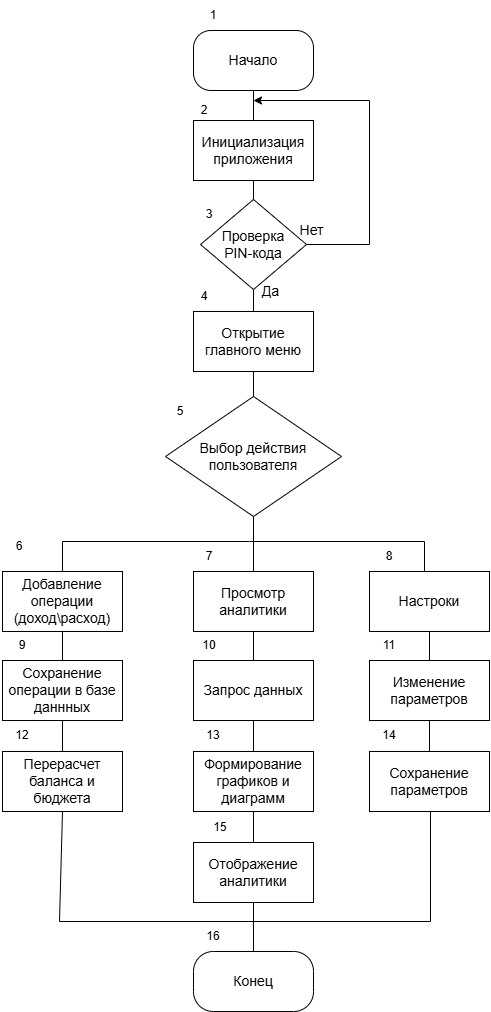
The draw.io diagram диаграммы/основное алгортим1.png in nastyatomchuk/diplom, before a commit. Source tidied: cells renumbered, new cells last; positions are measured from the earlier drawing's top-left corner, leaving out a move shared by most shapes.
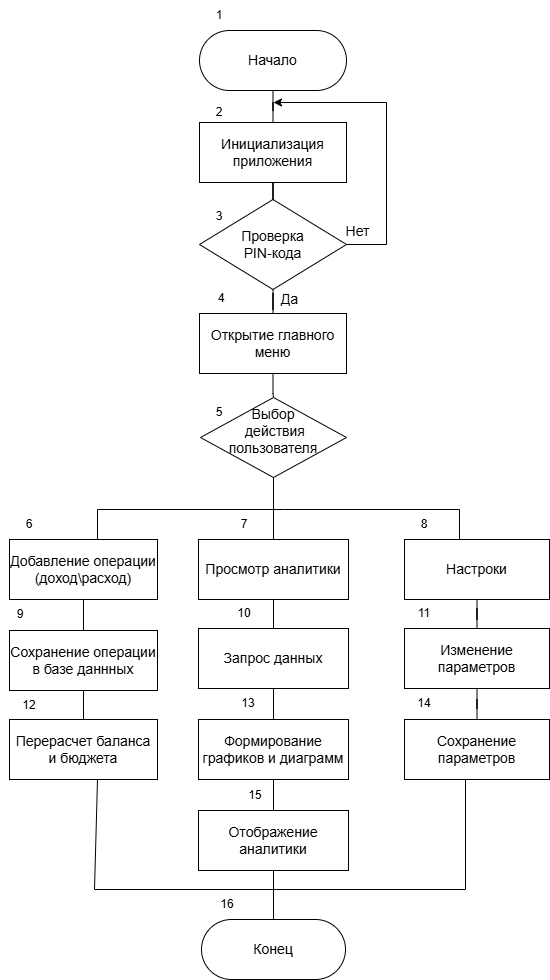
The same file after the commit.

The edit, as a diff of the source:
```diff
@@ -5,192 +5,197 @@
     <mxCell id="2" style="edgeStyle=orthogonalEdgeStyle;rounded=0;jettySize=auto;html=1;endArrow=none;endFill=0;fontSize=14;" parent="1" edge="1" source="3" target="6">
       <mxGeometry relative="1" as="geometry" />
     </mxCell>
-    <mxCell id="3" value="Начало" style="rounded=1;whiteSpace=wrap;html=1;fontSize=14;arcSize=29;" parent="1" vertex="1">
-      <mxGeometry x="194" y="30" width="120" height="60" as="geometry" />
+    <mxCell id="3" value="Начало" style="rounded=1;whiteSpace=wrap;html=1;fontSize=14;arcSize=50;" parent="1" vertex="1">
+      <mxGeometry x="165" y="58" width="147" height="60" as="geometry" />
     </mxCell>
-    <mxCell id="4" value="Конец" style="rounded=1;whiteSpace=wrap;html=1;fontSize=14;arcSize=33;" parent="1" vertex="1">
-      <mxGeometry x="194" y="951" width="120" height="60" as="geometry" />
+    <mxCell id="4" value="Конец" style="rounded=1;whiteSpace=wrap;html=1;fontSize=14;arcSize=50;" parent="1" vertex="1">
+      <mxGeometry x="167" y="947" width="144" height="60" as="geometry" />
     </mxCell>
     <mxCell id="5" style="edgeStyle=orthogonalEdgeStyle;rounded=0;jettySize=auto;html=1;endArrow=none;endFill=0;fontSize=14;" parent="1" edge="1" source="6" target="27">
       <mxGeometry relative="1" as="geometry" />
     </mxCell>
     <mxCell id="6" value="Инициализация приложения" style="rounded=0;whiteSpace=wrap;html=1;fontSize=14;" parent="1" vertex="1">
-      <mxGeometry x="194" y="120" width="120" height="60" as="geometry" />
+      <mxGeometry x="165" y="150" width="147" height="60" as="geometry" />
     </mxCell>
     <mxCell id="7" style="edgeStyle=orthogonalEdgeStyle;rounded=0;jettySize=auto;html=1;endArrow=none;endFill=0;fontSize=14;" parent="1" edge="1" source="8" target="29">
       <mxGeometry relative="1" as="geometry" />
     </mxCell>
     <mxCell id="8" value="Открытие главного меню" style="rounded=0;whiteSpace=wrap;html=1;fontSize=14;" parent="1" vertex="1">
-      <mxGeometry x="194" y="311" width="120" height="60" as="geometry" />
+      <mxGeometry x="165" y="341" width="147" height="60" as="geometry" />
     </mxCell>
     <mxCell id="9" style="edgeStyle=orthogonalEdgeStyle;rounded=0;jettySize=auto;html=1;endArrow=none;endFill=0;fontSize=14;" parent="1" edge="1" source="10" target="19">
       <mxGeometry relative="1" as="geometry" />
     </mxCell>
     <mxCell id="10" value="Просмотр аналитики" style="rounded=0;whiteSpace=wrap;html=1;fontSize=14;" parent="1" vertex="1">
-      <mxGeometry x="194" y="571" width="120" height="60" as="geometry" />
+      <mxGeometry x="164" y="567" width="150" height="60" as="geometry" />
     </mxCell>
     <mxCell id="11" style="edgeStyle=orthogonalEdgeStyle;rounded=0;jettySize=auto;html=1;endArrow=none;endFill=0;fontSize=14;" parent="1" edge="1" source="12" target="37">
       <mxGeometry relative="1" as="geometry" />
     </mxCell>
     <mxCell id="12" value="Настроки" style="rounded=0;whiteSpace=wrap;html=1;fontSize=14;" parent="1" vertex="1">
-      <mxGeometry x="370" y="571" width="120" height="60" as="geometry" />
+      <mxGeometry x="370" y="567" width="145" height="60" as="geometry" />
     </mxCell>
     <mxCell id="13" style="edgeStyle=orthogonalEdgeStyle;rounded=0;jettySize=auto;html=1;endArrow=none;endFill=0;fontSize=14;" parent="1" edge="1" source="14" target="16">
       <mxGeometry relative="1" as="geometry" />
     </mxCell>
     <mxCell id="14" value="Добавление операции&lt;div&gt;(доход\расход)&lt;/div&gt;" style="rounded=0;whiteSpace=wrap;html=1;fontSize=14;" parent="1" vertex="1">
-      <mxGeometry x="3" y="571" width="120" height="60" as="geometry" />
+      <mxGeometry x="-25" y="567" width="148" height="60" as="geometry" />
     </mxCell>
     <mxCell id="15" style="edgeStyle=orthogonalEdgeStyle;rounded=0;jettySize=auto;html=1;endArrow=none;endFill=0;fontSize=14;" parent="1" edge="1" source="16" target="17">
       <mxGeometry relative="1" as="geometry" />
     </mxCell>
     <mxCell id="16" value="Сохранение операции в базе даннных" style="rounded=0;whiteSpace=wrap;html=1;fontSize=14;" parent="1" vertex="1">
-      <mxGeometry x="3" y="660" width="120" height="60" as="geometry" />
+      <mxGeometry x="-25" y="658" width="148" height="60" as="geometry" />
     </mxCell>
     <mxCell id="17" value="Перерасчет баланса и бюджета" style="rounded=0;whiteSpace=wrap;html=1;fontSize=14;" parent="1" vertex="1">
-      <mxGeometry x="3" y="751" width="120" height="60" as="geometry" />
+      <mxGeometry x="-25" y="747" width="148" height="60" as="geometry" />
     </mxCell>
     <mxCell id="18" style="edgeStyle=orthogonalEdgeStyle;rounded=0;jettySize=auto;html=1;endArrow=none;endFill=0;fontSize=14;" parent="1" edge="1" source="19" target="21">
       <mxGeometry relative="1" as="geometry" />
     </mxCell>
     <mxCell id="19" value="Запрос данных" style="rounded=0;whiteSpace=wrap;html=1;fontSize=14;" parent="1" vertex="1">
-      <mxGeometry x="194" y="660" width="120" height="60" as="geometry" />
+      <mxGeometry x="164" y="656" width="150" height="60" as="geometry" />
     </mxCell>
     <mxCell id="20" style="edgeStyle=orthogonalEdgeStyle;rounded=0;jettySize=auto;html=1;endArrow=none;endFill=0;fontSize=14;" parent="1" edge="1" source="21" target="24">
       <mxGeometry relative="1" as="geometry" />
     </mxCell>
     <mxCell id="21" value="Формирование графиков и диаграмм" style="rounded=0;whiteSpace=wrap;html=1;fontSize=14;" parent="1" vertex="1">
-      <mxGeometry x="194" y="751" width="120" height="60" as="geometry" />
+      <mxGeometry x="164" y="747" width="150" height="60" as="geometry" />
     </mxCell>
     <mxCell id="22" value="Сохранение параметров" style="rounded=0;whiteSpace=wrap;html=1;fontSize=14;" parent="1" vertex="1">
-      <mxGeometry x="370" y="751" width="120" height="60" as="geometry" />
+      <mxGeometry x="370" y="747" width="145" height="60" as="geometry" />
     </mxCell>
     <mxCell id="23" style="edgeStyle=orthogonalEdgeStyle;rounded=0;jettySize=auto;html=1;endArrow=none;endFill=0;fontSize=14;" parent="1" edge="1" source="24" target="4">
       <mxGeometry relative="1" as="geometry" />
     </mxCell>
     <mxCell id="24" value="Отображение аналитики" style="rounded=0;whiteSpace=wrap;html=1;fontSize=14;" parent="1" vertex="1">
-      <mxGeometry x="194" y="842" width="120" height="60" as="geometry" />
+      <mxGeometry x="164" y="838" width="150" height="60" as="geometry" />
     </mxCell>
     <mxCell id="25" style="edgeStyle=orthogonalEdgeStyle;rounded=0;jettySize=auto;html=1;endArrow=none;endFill=0;fontSize=14;" parent="1" edge="1" source="27" target="8">
       <mxGeometry relative="1" as="geometry" />
     </mxCell>
     <mxCell id="26" value="Да" style="edgeLabel;html=1;align=center;verticalAlign=middle;fontSize=14;" parent="25" vertex="1">
       <mxGeometry x="0.53" y="1" relative="1" as="geometry">
-        <mxPoint x="15" y="-8" as="offset" />
+        <mxPoint x="15" y="-2" as="offset" />
       </mxGeometry>
     </mxCell>
-    <mxCell id="27" value="Проверка&lt;div&gt;PIN-кода&lt;/div&gt;" style="rhombus;whiteSpace=wrap;html=1;fontSize=14;" parent="1" vertex="1">
-      <mxGeometry x="201" y="199" width="106" height="90" as="geometry" />
+    <mxCell id="27" value="Проверка&lt;div&gt;PIN-кода&lt;/div&gt;" style="rhombus;html=1;fontSize=14;whiteSpace=wrap;" parent="1" vertex="1">
+      <mxGeometry x="165" y="227" width="147" height="90" as="geometry" />
     </mxCell>
-    <mxCell id="28" style="edgeStyle=orthogonalEdgeStyle;rounded=0;jettySize=auto;html=1;endArrow=none;endFill=0;fontSize=14;" parent="1" edge="1" source="29" target="10">
-      <mxGeometry relative="1" as="geometry" />
+    <mxCell id="28" style="edgeStyle=orthogonalEdgeStyle;rounded=0;jettySize=auto;html=1;endArrow=none;endFill=0;fontSize=14;" parent="1" edge="1" target="10">
+      <mxGeometry relative="1" as="geometry">
+        <mxPoint x="239" y="501" as="sourcePoint" />
+      </mxGeometry>
     </mxCell>
-    <mxCell id="29" value="Выбор действия пользователя" style="rhombus;whiteSpace=wrap;html=1;fontSize=14;" parent="1" vertex="1">
-      <mxGeometry x="166" y="396" width="176" height="120" as="geometry" />
+    <mxCell id="29" style="rhombus;html=1;fontSize=14;whiteSpace=wrap;convertToSvg=0;" parent="1" vertex="1">
+      <mxGeometry x="166" y="425" width="146" height="80" as="geometry" />
     </mxCell>
     <mxCell id="30" style="endArrow=none;html=1;rounded=0;exitX=0.5;exitY=1;exitDx=0;exitDy=0;endFill=0;fontSize=14;" parent="1" edge="1">
       <mxGeometry relative="1" as="geometry">
-        <mxPoint x="63" y="811" as="sourcePoint" />
-        <mxPoint x="260" y="921" as="targetPoint" />
+        <mxPoint x="63" y="807" as="sourcePoint" />
+        <mxPoint x="260" y="917" as="targetPoint" />
         <Array as="points">
-          <mxPoint x="60" y="921" />
+          <mxPoint x="60" y="917" />
         </Array>
       </mxGeometry>
     </mxCell>
     <mxCell id="31" style="endArrow=none;html=1;rounded=0;exitX=0.5;exitY=1;exitDx=0;exitDy=0;endFill=0;strokeColor=default;fontSize=14;" parent="1" edge="1">
       <mxGeometry relative="1" as="geometry">
-        <mxPoint x="431" y="811" as="sourcePoint" />
-        <mxPoint x="254" y="921" as="targetPoint" />
+        <mxPoint x="431" y="807" as="sourcePoint" />
+        <mxPoint x="254" y="917" as="targetPoint" />
         <Array as="points">
-          <mxPoint x="431" y="921" />
+          <mxPoint x="431" y="917" />
         </Array>
       </mxGeometry>
     </mxCell>
     <mxCell id="32" style="endArrow=none;html=1;rounded=0;entryX=0.5;entryY=0;entryDx=0;entryDy=0;endFill=0;fontSize=14;" parent="1" edge="1">
       <mxGeometry relative="1" as="geometry">
-        <mxPoint x="250" y="541" as="sourcePoint" />
-        <mxPoint x="63" y="571" as="targetPoint" />
+        <mxPoint x="250" y="537" as="sourcePoint" />
+        <mxPoint x="63" y="567" as="targetPoint" />
         <Array as="points">
-          <mxPoint x="63" y="541" />
+          <mxPoint x="63" y="537" />
         </Array>
       </mxGeometry>
     </mxCell>
     <mxCell id="33" style="endArrow=none;html=1;rounded=0;entryX=0.5;entryY=0;entryDx=0;entryDy=0;endFill=0;fontSize=14;" parent="1" edge="1">
       <mxGeometry relative="1" as="geometry">
-        <mxPoint x="250" y="541" as="sourcePoint" />
-        <mxPoint x="425" y="571" as="targetPoint" />
+        <mxPoint x="250" y="537" as="sourcePoint" />
+        <mxPoint x="425" y="567" as="targetPoint" />
         <Array as="points">
-          <mxPoint x="425" y="541" />
+          <mxPoint x="425" y="537" />
         </Array>
       </mxGeometry>
     </mxCell>
     <mxCell id="34" style="endArrow=classic;html=1;rounded=0;exitX=1;exitY=0.5;exitDx=0;exitDy=0;fontSize=14;" parent="1" edge="1" source="27">
       <mxGeometry relative="1" as="geometry">
-        <mxPoint x="254" y="100" as="targetPoint" />
+        <mxPoint x="239" y="130" as="targetPoint" />
         <Array as="points">
-          <mxPoint x="370" y="244" />
-          <mxPoint x="370" y="100" />
+          <mxPoint x="352" y="272" />
+          <mxPoint x="352" y="130" />
         </Array>
       </mxGeometry>
     </mxCell>
     <mxCell id="35" value="Нет" style="edgeLabel;html=1;align=center;verticalAlign=middle;fontSize=14;" parent="34" vertex="1">
       <mxGeometry x="-0.73" y="-1" relative="1" as="geometry">
-        <mxPoint x="-39" y="-16" as="offset" />
+        <mxPoint x="-31" y="-14" as="offset" />
       </mxGeometry>
     </mxCell>
     <mxCell id="36" style="edgeStyle=orthogonalEdgeStyle;rounded=0;jettySize=auto;html=1;endArrow=none;endFill=0;fontSize=14;" parent="1" edge="1" source="37" target="22">
       <mxGeometry relative="1" as="geometry" />
     </mxCell>
     <mxCell id="37" value="Изменение параметров" style="rounded=0;whiteSpace=wrap;html=1;fontSize=14;" parent="1" vertex="1">
-      <mxGeometry x="370" y="660" width="120" height="60" as="geometry" />
+      <mxGeometry x="370" y="656" width="145" height="60" as="geometry" />
     </mxCell>
     <mxCell id="38" value="1" style="text;html=1;whiteSpace=wrap;strokeColor=none;fillColor=none;align=center;verticalAlign=middle;rounded=0;" parent="1" vertex="1">
-      <mxGeometry x="194" width="40" height="30" as="geometry" />
+      <mxGeometry x="165" y="28" width="40" height="30" as="geometry" />
     </mxCell>
     <mxCell id="39" value="2" style="text;html=1;whiteSpace=wrap;strokeColor=none;fillColor=none;align=center;verticalAlign=middle;rounded=0;" parent="1" vertex="1">
-      <mxGeometry x="185" y="95" width="40" height="30" as="geometry" />
+      <mxGeometry x="165" y="125" width="40" height="30" as="geometry" />
     </mxCell>
     <mxCell id="40" value="3" style="text;html=1;whiteSpace=wrap;strokeColor=none;fillColor=none;align=center;verticalAlign=middle;rounded=0;" parent="1" vertex="1">
-      <mxGeometry x="190" y="199" width="40" height="30" as="geometry" />
+      <mxGeometry x="165" y="229" width="40" height="30" as="geometry" />
     </mxCell>
     <mxCell id="41" value="4" style="text;html=1;whiteSpace=wrap;strokeColor=none;fillColor=none;align=center;verticalAlign=middle;rounded=0;" parent="1" vertex="1">
-      <mxGeometry x="185" y="281" width="40" height="30" as="geometry" />
+      <mxGeometry x="167" y="311" width="40" height="30" as="geometry" />
     </mxCell>
     <mxCell id="42" value="5" style="text;html=1;whiteSpace=wrap;strokeColor=none;fillColor=none;align=center;verticalAlign=middle;rounded=0;" parent="1" vertex="1">
-      <mxGeometry x="161" y="396" width="40" height="30" as="geometry" />
+      <mxGeometry x="165" y="425" width="40" height="30" as="geometry" />
     </mxCell>
     <mxCell id="43" value="6&lt;span style=&quot;color: rgba(0, 0, 0, 0); font-family: monospace; font-size: 0px; text-align: start; text-wrap-mode: nowrap;&quot;&gt;%3CmxGraphModel%3E%3Croot%3E%3CmxCell%20id%3D%220%22%2F%3E%3CmxCell%20id%3D%221%22%20parent%3D%220%22%2F%3E%3CmxCell%20id%3D%222%22%20parent%3D%221%22%20style%3D%22text%3Bhtml%3D1%3BwhiteSpace%3Dwrap%3BstrokeColor%3Dnone%3BfillColor%3Dnone%3Balign%3Dcenter%3BverticalAlign%3Dmiddle%3Brounded%3D0%3B%22%20value%3D%222%22%20vertex%3D%221%22%3E%3CmxGeometry%20height%3D%2230%22%20width%3D%2240%22%20x%3D%22350%22%20y%3D%22159%22%20as%3D%22geometry%22%2F%3E%3C%2FmxCell%3E%3C%2Froot%3E%3C%2FmxGraphModel%3E&lt;/span&gt;&lt;span style=&quot;color: rgba(0, 0, 0, 0); font-family: monospace; font-size: 0px; text-align: start; text-wrap-mode: nowrap;&quot;&gt;%3CmxGraphModel%3E%3Croot%3E%3CmxCell%20id%3D%220%22%2F%3E%3CmxCell%20id%3D%221%22%20parent%3D%220%22%2F%3E%3CmxCell%20id%3D%222%22%20parent%3D%221%22%20style%3D%22text%3Bhtml%3D1%3BwhiteSpace%3Dwrap%3BstrokeColor%3Dnone%3BfillColor%3Dnone%3Balign%3Dcenter%3BverticalAlign%3Dmiddle%3Brounded%3D0%3B%22%20value%3D%222%22%20vertex%3D%221%22%3E%3CmxGeometry%20height%3D%2230%22%20width%3D%2240%22%20x%3D%22350%22%20y%3D%22159%22%20as%3D%22geometry%22%2F%3E%3C%2FmxCell%3E%3C%2Froot%3E%3C%2FmxGraphModel%3E&lt;/span&gt;" style="text;html=1;whiteSpace=wrap;strokeColor=none;fillColor=none;align=center;verticalAlign=middle;rounded=0;" parent="1" vertex="1">
-      <mxGeometry y="531" width="40" height="30" as="geometry" />
+      <mxGeometry x="-25" y="537" width="40" height="30" as="geometry" />
     </mxCell>
     <mxCell id="44" value="7" style="text;html=1;whiteSpace=wrap;strokeColor=none;fillColor=none;align=center;verticalAlign=middle;rounded=0;" parent="1" vertex="1">
-      <mxGeometry x="190" y="541" width="40" height="30" as="geometry" />
+      <mxGeometry x="190" y="537" width="40" height="30" as="geometry" />
     </mxCell>
     <mxCell id="45" value="8" style="text;html=1;whiteSpace=wrap;strokeColor=none;fillColor=none;align=center;verticalAlign=middle;rounded=0;" parent="1" vertex="1">
-      <mxGeometry x="370" y="541" width="40" height="30" as="geometry" />
+      <mxGeometry x="370" y="537" width="40" height="30" as="geometry" />
     </mxCell>
     <mxCell id="46" value="9" style="text;html=1;whiteSpace=wrap;strokeColor=none;fillColor=none;align=center;verticalAlign=middle;rounded=0;" parent="1" vertex="1">
-      <mxGeometry x="3" y="630" width="40" height="30" as="geometry" />
+      <mxGeometry x="-34" y="627" width="40" height="30" as="geometry" />
     </mxCell>
     <mxCell id="47" value="10" style="text;html=1;whiteSpace=wrap;strokeColor=none;fillColor=none;align=center;verticalAlign=middle;rounded=0;" parent="1" vertex="1">
-      <mxGeometry x="190" y="630" width="40" height="30" as="geometry" />
+      <mxGeometry x="190" y="626" width="40" height="30" as="geometry" />
     </mxCell>
     <mxCell id="48" value="11" style="text;html=1;whiteSpace=wrap;strokeColor=none;fillColor=none;align=center;verticalAlign=middle;rounded=0;" parent="1" vertex="1">
-      <mxGeometry x="370" y="630" width="40" height="30" as="geometry" />
+      <mxGeometry x="370" y="626" width="40" height="30" as="geometry" />
     </mxCell>
     <mxCell id="49" value="12" style="text;html=1;whiteSpace=wrap;strokeColor=none;fillColor=none;align=center;verticalAlign=middle;rounded=0;" parent="1" vertex="1">
-      <mxGeometry x="3" y="720" width="40" height="30" as="geometry" />
+      <mxGeometry x="-25" y="718" width="40" height="30" as="geometry" />
     </mxCell>
     <mxCell id="50" value="13" style="text;html=1;whiteSpace=wrap;strokeColor=none;fillColor=none;align=center;verticalAlign=middle;rounded=0;" parent="1" vertex="1">
-      <mxGeometry x="194" y="720" width="40" height="30" as="geometry" />
+      <mxGeometry x="194" y="716" width="40" height="30" as="geometry" />
     </mxCell>
     <mxCell id="51" value="14" style="text;html=1;whiteSpace=wrap;strokeColor=none;fillColor=none;align=center;verticalAlign=middle;rounded=0;" parent="1" vertex="1">
-      <mxGeometry x="370" y="720" width="40" height="30" as="geometry" />
+      <mxGeometry x="370" y="716" width="40" height="30" as="geometry" />
     </mxCell>
     <mxCell id="52" value="15" style="text;html=1;whiteSpace=wrap;strokeColor=none;fillColor=none;align=center;verticalAlign=middle;rounded=0;" parent="1" vertex="1">
-      <mxGeometry x="201" y="812" width="40" height="30" as="geometry" />
+      <mxGeometry x="201" y="808" width="40" height="30" as="geometry" />
     </mxCell>
     <mxCell id="53" value="16" style="text;html=1;whiteSpace=wrap;strokeColor=none;fillColor=none;align=center;verticalAlign=middle;rounded=0;" parent="1" vertex="1">
-      <mxGeometry x="194" y="921" width="40" height="30" as="geometry" />
+      <mxGeometry x="173" y="917" width="40" height="30" as="geometry" />
     </mxCell>
+    <mxCell id="54" value="&#10;&lt;span style=&quot;font-family: Helvetica; font-size: 14px; font-style: normal; font-variant-ligatures: normal; font-variant-caps: normal; font-weight: 400; letter-spacing: normal; orphans: 2; text-align: center; text-indent: 0px; text-transform: none; widows: 2; word-spacing: 0px; -webkit-text-stroke-width: 0px; white-space: normal; text-decoration-thickness: initial; text-decoration-style: initial; text-decoration-color: initial; float: none; display: inline !important;&quot;&gt;Выбор&lt;/span&gt;&lt;div style=&quot;forced-color-adjust: none; font-family: Helvetica; font-size: 14px; font-style: normal; font-variant-ligatures: normal; font-variant-caps: normal; font-weight: 400; letter-spacing: normal; orphans: 2; text-align: center; text-indent: 0px; text-transform: none; widows: 2; word-spacing: 0px; -webkit-text-stroke-width: 0px; white-space: normal; text-decoration-thickness: initial; text-decoration-style: initial; text-decoration-color: initial;&quot;&gt;&amp;nbsp;действия пользователя&lt;/div&gt;&#10;&#10;" style="text;html=1;whiteSpace=wrap;align=center;verticalAlign=middle;rounded=0;fillColor=none;fontColor=default;labelBackgroundColor=none;" parent="1" vertex="1">
+      <mxGeometry x="209" y="451" width="60" height="30" as="geometry" />
+    </mxCell>
   </root>
 </mxGraphModel>
```
